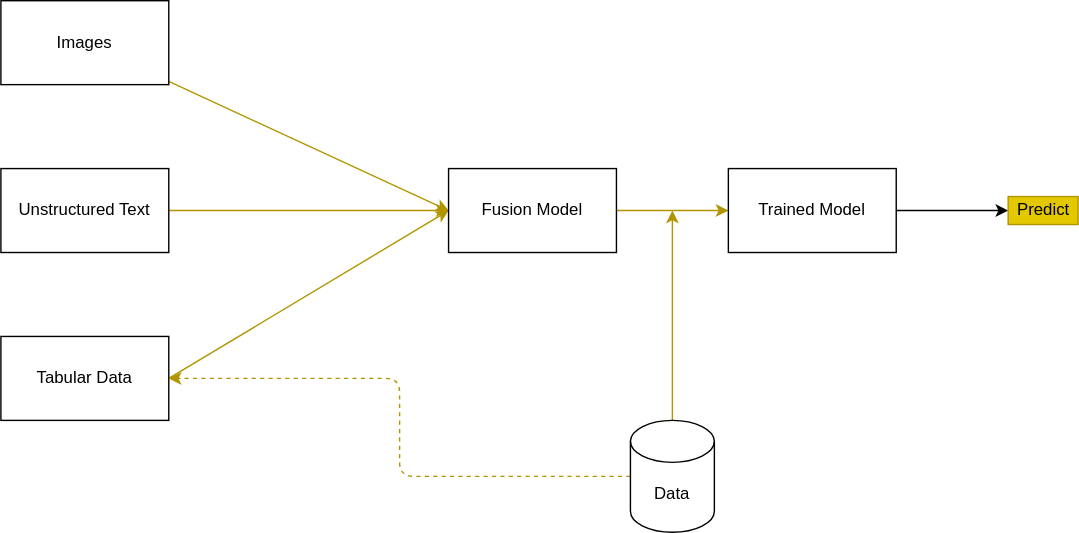
dermatologist/kedro-multimodal keeps this draw.io diagram as notes/multimodal.drawio.svg. Above is the earlier version. Source tidied: cells renumbered, new cells last; positions are measured from the earlier drawing's top-left corner, leaving out a move shared by most shapes. Its diagram source:
```xml
<mxGraphModel>
  <root>
    <mxCell id="0" />
    <mxCell id="1" parent="0" />
    <mxCell id="2" style="edgeStyle=none;html=1;exitX=1;exitY=0.5;exitDx=0;exitDy=0;entryX=0;entryY=0.5;entryDx=0;entryDy=0;fillColor=#e3c800;strokeColor=#B09500;" parent="1" edge="1" source="3" target="9">
      <mxGeometry relative="1" as="geometry" />
    </mxCell>
    <mxCell id="3" value="Tabular Data" style="rounded=0;whiteSpace=wrap;html=1;" parent="1" vertex="1">
      <mxGeometry y="240" width="120" height="60" as="geometry" />
    </mxCell>
    <mxCell id="4" style="edgeStyle=none;html=1;exitX=1;exitY=0.5;exitDx=0;exitDy=0;fillColor=#e3c800;strokeColor=#B09500;" parent="1" edge="1" source="5">
      <mxGeometry relative="1" as="geometry">
        <mxPoint x="320" y="150" as="targetPoint" />
      </mxGeometry>
    </mxCell>
    <mxCell id="5" value="Unstructured Text" style="rounded=0;whiteSpace=wrap;html=1;" parent="1" vertex="1">
      <mxGeometry y="120" width="120" height="60" as="geometry" />
    </mxCell>
    <mxCell id="6" style="edgeStyle=none;html=1;entryX=0;entryY=0.5;entryDx=0;entryDy=0;fillColor=#e3c800;strokeColor=#B09500;" parent="1" edge="1" source="7" target="9">
      <mxGeometry relative="1" as="geometry" />
    </mxCell>
    <mxCell id="7" value="Images" style="rounded=0;whiteSpace=wrap;html=1;" parent="1" vertex="1">
      <mxGeometry width="120" height="60" as="geometry" />
    </mxCell>
    <mxCell id="8" style="edgeStyle=none;html=1;exitX=1;exitY=0.5;exitDx=0;exitDy=0;entryX=0;entryY=0.5;entryDx=0;entryDy=0;fillColor=#e3c800;strokeColor=#B09500;" parent="1" edge="1" source="9" target="14">
      <mxGeometry relative="1" as="geometry" />
    </mxCell>
    <mxCell id="9" value="Fusion Model" style="rounded=0;whiteSpace=wrap;html=1;" parent="1" vertex="1">
      <mxGeometry x="320" y="120" width="120" height="60" as="geometry" />
    </mxCell>
    <mxCell id="10" style="edgeStyle=elbowEdgeStyle;html=1;exitX=0;exitY=0.5;exitDx=0;exitDy=0;exitPerimeter=0;entryX=1;entryY=0.5;entryDx=0;entryDy=0;dashed=1;fillColor=#e3c800;strokeColor=#B09500;" parent="1" edge="1" source="12" target="3">
      <mxGeometry relative="1" as="geometry" />
    </mxCell>
    <mxCell id="11" style="edgeStyle=elbowEdgeStyle;html=1;exitX=0.5;exitY=0;exitDx=0;exitDy=0;exitPerimeter=0;fillColor=#e3c800;strokeColor=#B09500;" parent="1" edge="1" source="12">
      <mxGeometry relative="1" as="geometry">
        <mxPoint x="480" y="150" as="targetPoint" />
      </mxGeometry>
    </mxCell>
    <mxCell id="12" value="Data" style="shape=cylinder3;whiteSpace=wrap;html=1;boundedLbl=1;backgroundOutline=1;size=15;" parent="1" vertex="1">
      <mxGeometry x="450" y="300" width="60" height="80" as="geometry" />
    </mxCell>
    <mxCell id="13" style="edgeStyle=elbowEdgeStyle;html=1;exitX=1;exitY=0.5;exitDx=0;exitDy=0;" parent="1" edge="1" source="14">
      <mxGeometry relative="1" as="geometry">
        <mxPoint x="720" y="150" as="targetPoint" />
      </mxGeometry>
    </mxCell>
    <mxCell id="14" value="Trained Model" style="rounded=0;whiteSpace=wrap;html=1;" parent="1" vertex="1">
      <mxGeometry x="520" y="120" width="120" height="60" as="geometry" />
    </mxCell>
    <mxCell id="15" value="Predict&lt;br&gt;" style="text;html=1;align=center;verticalAlign=middle;strokeColor=#B09500;fillColor=#e3c800;fontColor=#000000;" parent="1" vertex="1">
      <mxGeometry x="720" y="140" width="50" height="20" as="geometry" />
    </mxCell>
  </root>
</mxGraphModel>
```
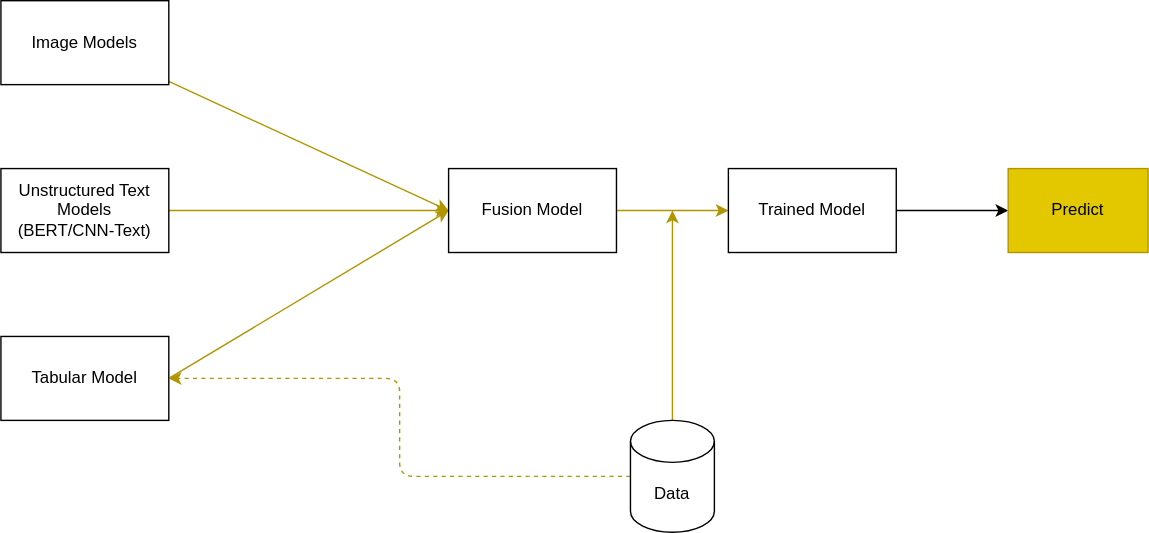
Above is the later version.

Change to the diagram source:
```diff
@@ -5,7 +5,7 @@
     <mxCell id="2" style="edgeStyle=none;html=1;exitX=1;exitY=0.5;exitDx=0;exitDy=0;entryX=0;entryY=0.5;entryDx=0;entryDy=0;fillColor=#e3c800;strokeColor=#B09500;" parent="1" edge="1" source="3" target="9">
       <mxGeometry relative="1" as="geometry" />
     </mxCell>
-    <mxCell id="3" value="Tabular Data" style="rounded=0;whiteSpace=wrap;html=1;" parent="1" vertex="1">
+    <mxCell id="3" value="Tabular Model" style="rounded=0;whiteSpace=wrap;html=1;" parent="1" vertex="1">
       <mxGeometry y="240" width="120" height="60" as="geometry" />
     </mxCell>
     <mxCell id="4" style="edgeStyle=none;html=1;exitX=1;exitY=0.5;exitDx=0;exitDy=0;fillColor=#e3c800;strokeColor=#B09500;" parent="1" edge="1" source="5">
@@ -13,13 +13,13 @@
         <mxPoint x="320" y="150" as="targetPoint" />
       </mxGeometry>
     </mxCell>
-    <mxCell id="5" value="Unstructured Text" style="rounded=0;whiteSpace=wrap;html=1;" parent="1" vertex="1">
+    <mxCell id="5" value="Unstructured Text Models &lt;br&gt;(BERT/CNN-Text)" style="rounded=0;whiteSpace=wrap;html=1;" parent="1" vertex="1">
       <mxGeometry y="120" width="120" height="60" as="geometry" />
     </mxCell>
     <mxCell id="6" style="edgeStyle=none;html=1;entryX=0;entryY=0.5;entryDx=0;entryDy=0;fillColor=#e3c800;strokeColor=#B09500;" parent="1" edge="1" source="7" target="9">
       <mxGeometry relative="1" as="geometry" />
     </mxCell>
-    <mxCell id="7" value="Images" style="rounded=0;whiteSpace=wrap;html=1;" parent="1" vertex="1">
+    <mxCell id="7" value="Image Models" style="rounded=0;whiteSpace=wrap;html=1;" parent="1" vertex="1">
       <mxGeometry width="120" height="60" as="geometry" />
     </mxCell>
     <mxCell id="8" style="edgeStyle=none;html=1;exitX=1;exitY=0.5;exitDx=0;exitDy=0;entryX=0;entryY=0.5;entryDx=0;entryDy=0;fillColor=#e3c800;strokeColor=#B09500;" parent="1" edge="1" source="9" target="14">
@@ -47,8 +47,8 @@
     <mxCell id="14" value="Trained Model" style="rounded=0;whiteSpace=wrap;html=1;" parent="1" vertex="1">
       <mxGeometry x="520" y="120" width="120" height="60" as="geometry" />
     </mxCell>
-    <mxCell id="15" value="Predict&lt;br&gt;" style="text;html=1;align=center;verticalAlign=middle;strokeColor=#B09500;fillColor=#e3c800;fontColor=#000000;" parent="1" vertex="1">
-      <mxGeometry x="720" y="140" width="50" height="20" as="geometry" />
+    <mxCell id="15" value="Predict" style="rounded=0;whiteSpace=wrap;html=1;fillColor=#e3c800;fontColor=#000000;strokeColor=#B09500;" parent="1" vertex="1">
+      <mxGeometry x="720" y="120" width="100" height="60" as="geometry" />
     </mxCell>
   </root>
 </mxGraphModel>
```
